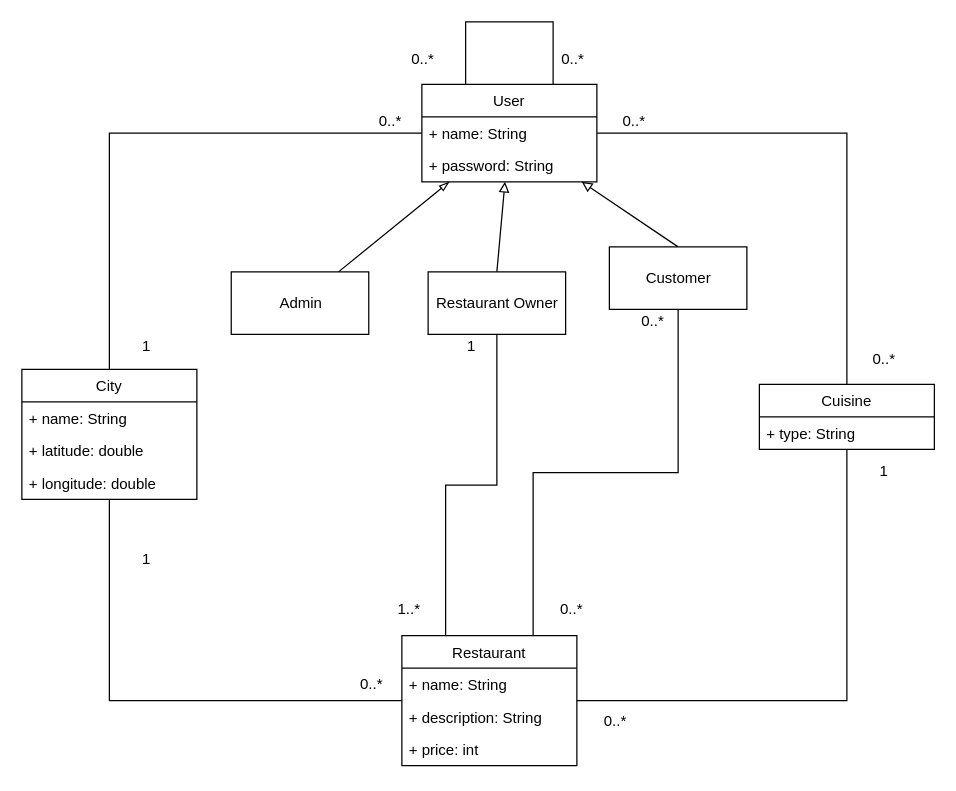
Before: diagrams/datamodel.drawio in spampas/restaurant_recommendation_graphdb, a draw.io diagram. Source tidied: cells renumbered, new cells numbered last; positions are measured from the earlier drawing's top-left corner, leaving out a move shared by most shapes. Both pictures are drawn from the tidied source at 125%, with x=0, y=0 at pixel (21, 21).
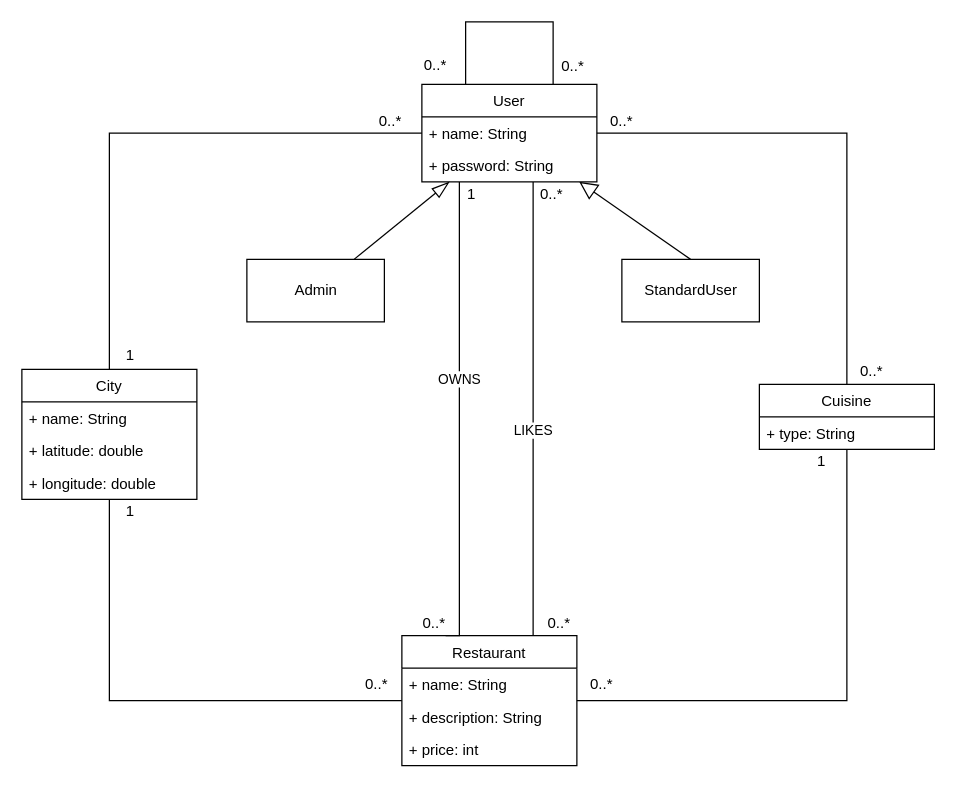
The same diagram, later.

The change refers to these unchanged cells:
```xml
<mxCell id="8" value="User" style="swimlane;fontStyle=0;horizontal=1;startSize=26;fillColor=none;" parent="1" vertex="1">
  <mxGeometry x="320" y="50" width="140" height="78" as="geometry" />
</mxCell>
<mxCell id="15" value="Restaurant" style="swimlane;fontStyle=0;horizontal=1;startSize=26;fillColor=none;" parent="1" vertex="1">
  <mxGeometry x="304" y="491" width="140" height="104" as="geometry" />
</mxCell>
```

The edit, as a diff of the source:
```diff
@@
-    <mxCell id="2" style="edgeStyle=none;rounded=0;jettySize=auto;html=1;exitX=0.5;exitY=0;exitDx=0;exitDy=0;endArrow=block;endFill=0;fontSize=12;" parent="1" edge="1" source="3" target="8">
-      <mxGeometry relative="1" as="geometry" />
-    </mxCell>
-    <mxCell id="3" value="Restaurant Owner" style="html=1;fontSize=12;" parent="1" vertex="1">
-      <mxGeometry x="325" y="200" width="110" height="50" as="geometry" />
-    </mxCell>
-    <mxCell id="4" style="edgeStyle=none;rounded=0;jettySize=auto;html=1;exitX=0.5;exitY=0;exitDx=0;exitDy=0;endArrow=block;endFill=0;fontSize=12;" parent="1" edge="1" source="5" target="8">
+    <mxCell id="4" style="edgeStyle=none;rounded=0;jettySize=auto;html=1;exitX=0.5;exitY=0;exitDx=0;exitDy=0;endArrow=block;endFill=0;fontSize=12;endSize=12;" parent="1" edge="1" source="5" target="8">
       <mxGeometry relative="1" as="geometry" />
     </mxCell>
-    <mxCell id="5" value="Customer" style="html=1;fontSize=12;" parent="1" vertex="1">
-      <mxGeometry x="470" y="180" width="110" height="50" as="geometry" />
+    <mxCell id="5" value="StandardUser" style="html=1;fontSize=12;" parent="1" vertex="1">
+      <mxGeometry x="480" y="190" width="110" height="50" as="geometry" />
     </mxCell>
@@
-    <mxCell id="11" style="edgeStyle=orthogonalEdgeStyle;rounded=0;jettySize=auto;html=1;exitX=0.25;exitY=0;exitDx=0;exitDy=0;entryX=0.5;entryY=1;entryDx=0;entryDy=0;endArrow=none;endFill=0;fontSize=12;" parent="1" edge="1" source="15" target="3">
-      <mxGeometry relative="1" as="geometry" />
+    <mxCell id="11" style="edgeStyle=orthogonalEdgeStyle;rounded=0;jettySize=auto;html=1;exitX=0.25;exitY=0;exitDx=0;exitDy=0;endArrow=none;endFill=0;fontSize=12;" parent="1" edge="1" source="15" target="8">
+      <mxGeometry relative="1" as="geometry">
+        <Array as="points">
+          <mxPoint x="350" y="491" />
+        </Array>
+      </mxGeometry>
     </mxCell>
+    <mxCell id="42" value="OWNS" style="edgeLabel;html=1;align=center;verticalAlign=middle;" parent="11" vertex="1">
+      <mxGeometry x="0.16" y="1" relative="1" as="geometry" />
+    </mxCell>
-    <mxCell id="12" style="edgeStyle=orthogonalEdgeStyle;rounded=0;jettySize=auto;html=1;exitX=0.75;exitY=0;exitDx=0;exitDy=0;entryX=0.5;entryY=1;entryDx=0;entryDy=0;endArrow=none;endFill=0;fontSize=12;" parent="1" edge="1" source="15" target="5">
-      <mxGeometry relative="1" as="geometry" />
+    <mxCell id="12" style="edgeStyle=orthogonalEdgeStyle;rounded=0;jettySize=auto;html=1;exitX=0.75;exitY=0;exitDx=0;exitDy=0;endArrow=none;endFill=0;fontSize=12;" parent="1" edge="1" source="15" target="8">
+      <mxGeometry relative="1" as="geometry">
+        <Array as="points">
+          <mxPoint x="409" y="220" />
+          <mxPoint x="409" y="220" />
+        </Array>
+      </mxGeometry>
     </mxCell>
+    <mxCell id="43" value="LIKES" style="edgeLabel;html=1;align=center;verticalAlign=middle;" parent="12" vertex="1">
+      <mxGeometry x="0.49" y="105" relative="1" as="geometry">
+        <mxPoint x="104" y="105" as="offset" />
+      </mxGeometry>
+    </mxCell>
@@
     <mxCell id="26" value="0..*" style="text;html=1;strokeColor=none;fillColor=none;align=center;verticalAlign=middle;whiteSpace=wrap;rounded=0;fontSize=12;" parent="1" vertex="1">
-      <mxGeometry x="260" y="520" width="40" height="20" as="geometry" />
+      <mxGeometry x="264" y="520" width="40" height="20" as="geometry" />
     </mxCell>
     <mxCell id="27" value="0..*" style="text;html=1;strokeColor=none;fillColor=none;align=center;verticalAlign=middle;whiteSpace=wrap;rounded=0;fontSize=12;" parent="1" vertex="1">
-      <mxGeometry x="485" y="230" width="40" height="20" as="geometry" />
+      <mxGeometry x="404" y="128" width="40" height="20" as="geometry" />
     </mxCell>
     <mxCell id="28" value="1" style="text;html=1;strokeColor=none;fillColor=none;align=center;verticalAlign=middle;whiteSpace=wrap;rounded=0;fontSize=12;" parent="1" vertex="1">
-      <mxGeometry x="80" y="420" width="40" height="20" as="geometry" />
+      <mxGeometry x="67" y="382" width="40" height="20" as="geometry" />
     </mxCell>
     <mxCell id="29" value="1" style="text;html=1;strokeColor=none;fillColor=none;align=center;verticalAlign=middle;whiteSpace=wrap;rounded=0;fontSize=12;" parent="1" vertex="1">
-      <mxGeometry x="80" y="250" width="40" height="20" as="geometry" />
+      <mxGeometry x="67" y="257" width="40" height="20" as="geometry" />
     </mxCell>
-    <mxCell id="30" value="1..*" style="text;html=1;strokeColor=none;fillColor=none;align=center;verticalAlign=middle;whiteSpace=wrap;rounded=0;fontSize=12;" parent="1" vertex="1">
-      <mxGeometry x="290" y="460" width="40" height="20" as="geometry" />
+    <mxCell id="30" value="0..*" style="text;html=1;strokeColor=none;fillColor=none;align=center;verticalAlign=middle;whiteSpace=wrap;rounded=0;fontSize=12;" parent="1" vertex="1">
+      <mxGeometry x="310" y="471" width="40" height="20" as="geometry" />
     </mxCell>
     <mxCell id="31" value="1" style="text;html=1;strokeColor=none;fillColor=none;align=center;verticalAlign=middle;whiteSpace=wrap;rounded=0;fontSize=12;" parent="1" vertex="1">
-      <mxGeometry x="340" y="250" width="40" height="20" as="geometry" />
+      <mxGeometry x="340" y="128" width="40" height="20" as="geometry" />
     </mxCell>
     <mxCell id="32" value="0..*" style="text;html=1;strokeColor=none;fillColor=none;align=center;verticalAlign=middle;whiteSpace=wrap;rounded=0;fontSize=12;" parent="1" vertex="1">
-      <mxGeometry x="420" y="460" width="40" height="20" as="geometry" />
+      <mxGeometry x="410" y="471" width="40" height="20" as="geometry" />
     </mxCell>
     <mxCell id="33" value="0..*" style="text;html=1;strokeColor=none;fillColor=none;align=center;verticalAlign=middle;whiteSpace=wrap;rounded=0;fontSize=12;" parent="1" vertex="1">
-      <mxGeometry x="470" y="70" width="40" height="20" as="geometry" />
+      <mxGeometry x="460" y="70" width="40" height="20" as="geometry" />
     </mxCell>
     <mxCell id="34" value="0..*" style="text;html=1;strokeColor=none;fillColor=none;align=center;verticalAlign=middle;whiteSpace=wrap;rounded=0;fontSize=12;" parent="1" vertex="1">
-      <mxGeometry x="670" y="260" width="40" height="20" as="geometry" />
+      <mxGeometry x="660" y="270" width="40" height="20" as="geometry" />
     </mxCell>
     <mxCell id="35" value="1" style="text;html=1;strokeColor=none;fillColor=none;align=center;verticalAlign=middle;whiteSpace=wrap;rounded=0;fontSize=12;" parent="1" vertex="1">
-      <mxGeometry x="670" y="350" width="40" height="20" as="geometry" />
+      <mxGeometry x="620" y="342" width="40" height="20" as="geometry" />
     </mxCell>
     <mxCell id="36" value="0..*" style="text;html=1;strokeColor=none;fillColor=none;align=center;verticalAlign=middle;whiteSpace=wrap;rounded=0;fontSize=12;" parent="1" vertex="1">
-      <mxGeometry x="455" y="550" width="40" height="20" as="geometry" />
+      <mxGeometry x="444" y="520" width="40" height="20" as="geometry" />
     </mxCell>
@@
     <mxCell id="38" value="0..*" style="text;html=1;align=left;verticalAlign=top;spacingTop=-4;" parent="1" vertex="1">
-      <mxGeometry x="430" y="20" width="30" height="20" as="geometry" />
+      <mxGeometry x="430" y="26" width="30" height="20" as="geometry" />
     </mxCell>
     <mxCell id="39" value="0..*" style="text;html=1;align=left;verticalAlign=top;spacingTop=-4;" parent="1" vertex="1">
-      <mxGeometry x="310" y="20" width="30" height="20" as="geometry" />
+      <mxGeometry x="320" y="25" width="30" height="20" as="geometry" />
     </mxCell>
-    <mxCell id="40" style="rounded=0;jettySize=auto;html=1;endArrow=blockThin;endFill=0;" parent="1" edge="1" source="41" target="8">
+    <mxCell id="40" style="rounded=0;jettySize=auto;html=1;endArrow=blockThin;endFill=0;endSize=12;" parent="1" edge="1" source="41" target="8">
       <mxGeometry relative="1" as="geometry" />
     </mxCell>
     <mxCell id="41" value="Admin" style="html=1;fontSize=12;" parent="1" vertex="1">
-      <mxGeometry x="167.5" y="200" width="110" height="50" as="geometry" />
+      <mxGeometry x="180" y="190" width="110" height="50" as="geometry" />
     </mxCell>
```
